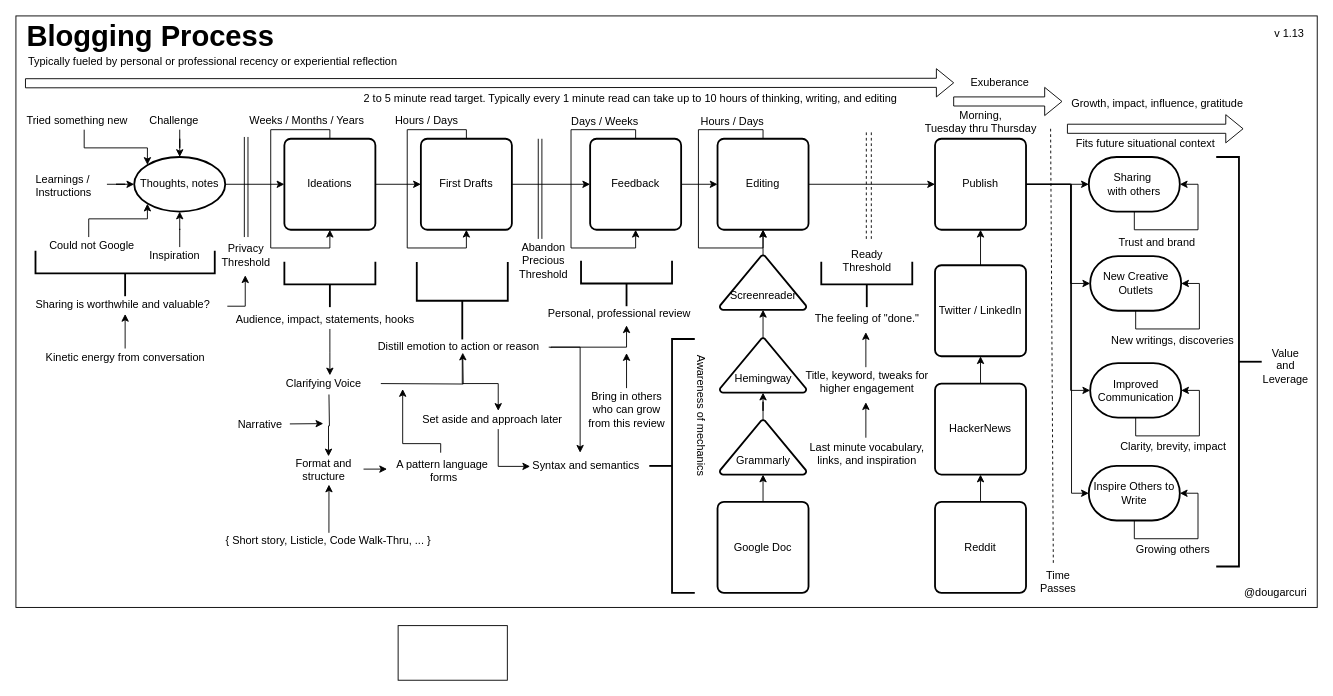
Before: mentoring/diagrams/blogging-process.drawio in solidi/learning-notes, a draw.io diagram. Source tidied: cells renumbered, new cells numbered last; positions are measured from the earlier drawing's top-left corner, leaving out a move shared by most shapes. Both pictures are drawn from the tidied source at 91%, with x=0, y=0 at pixel (15, 15).
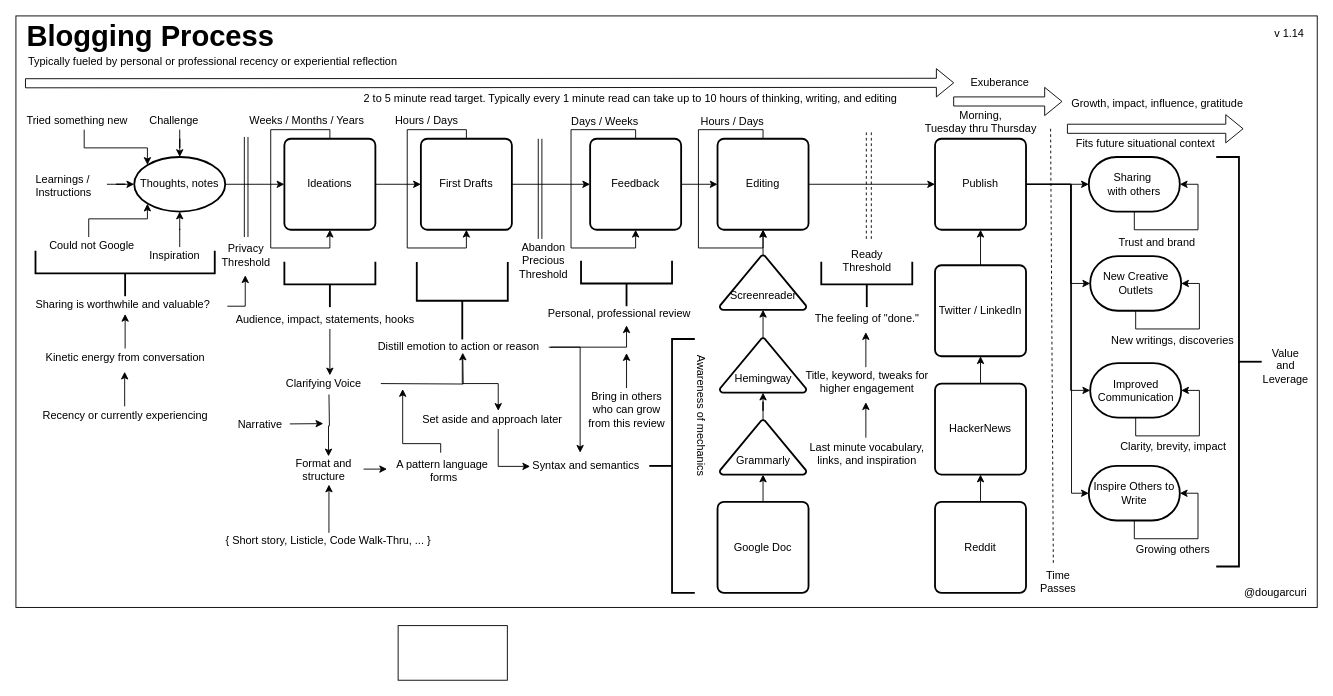
The same diagram, later.

Commit message (it also covers changes not shown here):
Add recency to blogging diagram

The edit, as a diff of the source:
```diff
@@
-    <mxCell id="122" value="v 1.13" style="text;html=1;align=center;verticalAlign=middle;" parent="1" vertex="1">
+    <mxCell id="122" value="v 1.14" style="text;html=1;align=center;verticalAlign=middle;" parent="1" vertex="1">
       <mxGeometry x="1374" y="10" width="50" height="20" as="geometry" />
     </mxCell>
@@
+    <mxCell id="125" value="Recency or currently experiencing" style="text;html=1;align=center;verticalAlign=top;spacingTop=-4;" parent="1" vertex="1">
+      <mxGeometry x="20" y="429" width="200" height="20" as="geometry" />
+    </mxCell>
+    <mxCell id="126" style="edgeStyle=orthogonalEdgeStyle;rounded=0;orthogonalLoop=1;jettySize=auto;html=1;exitX=0.5;exitY=0;exitDx=0;exitDy=0;entryX=0.5;entryY=1;entryDx=0;entryDy=0;" parent="1" edge="1">
+      <mxGeometry relative="1" as="geometry">
+        <mxPoint x="119.5" y="429" as="sourcePoint" />
+        <mxPoint x="119.5" y="391" as="targetPoint" />
+      </mxGeometry>
+    </mxCell>
```
